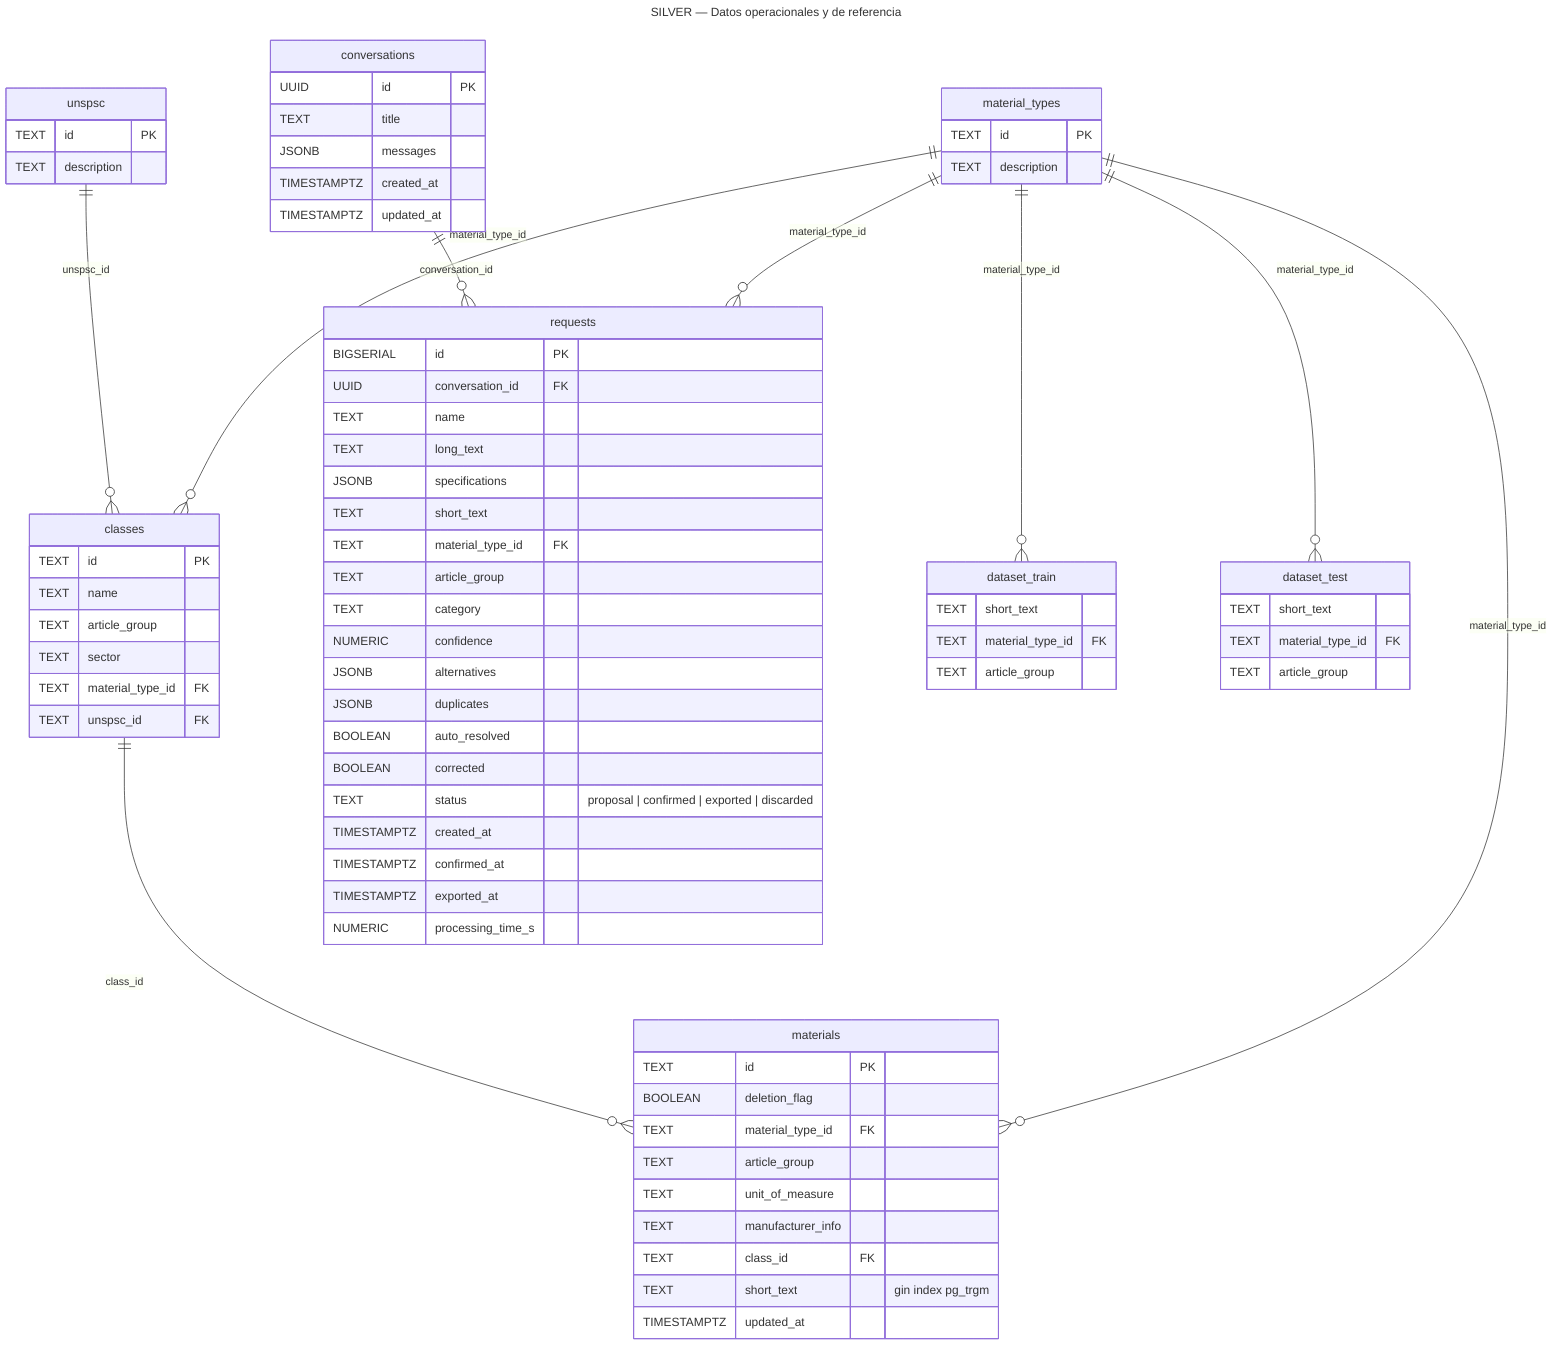
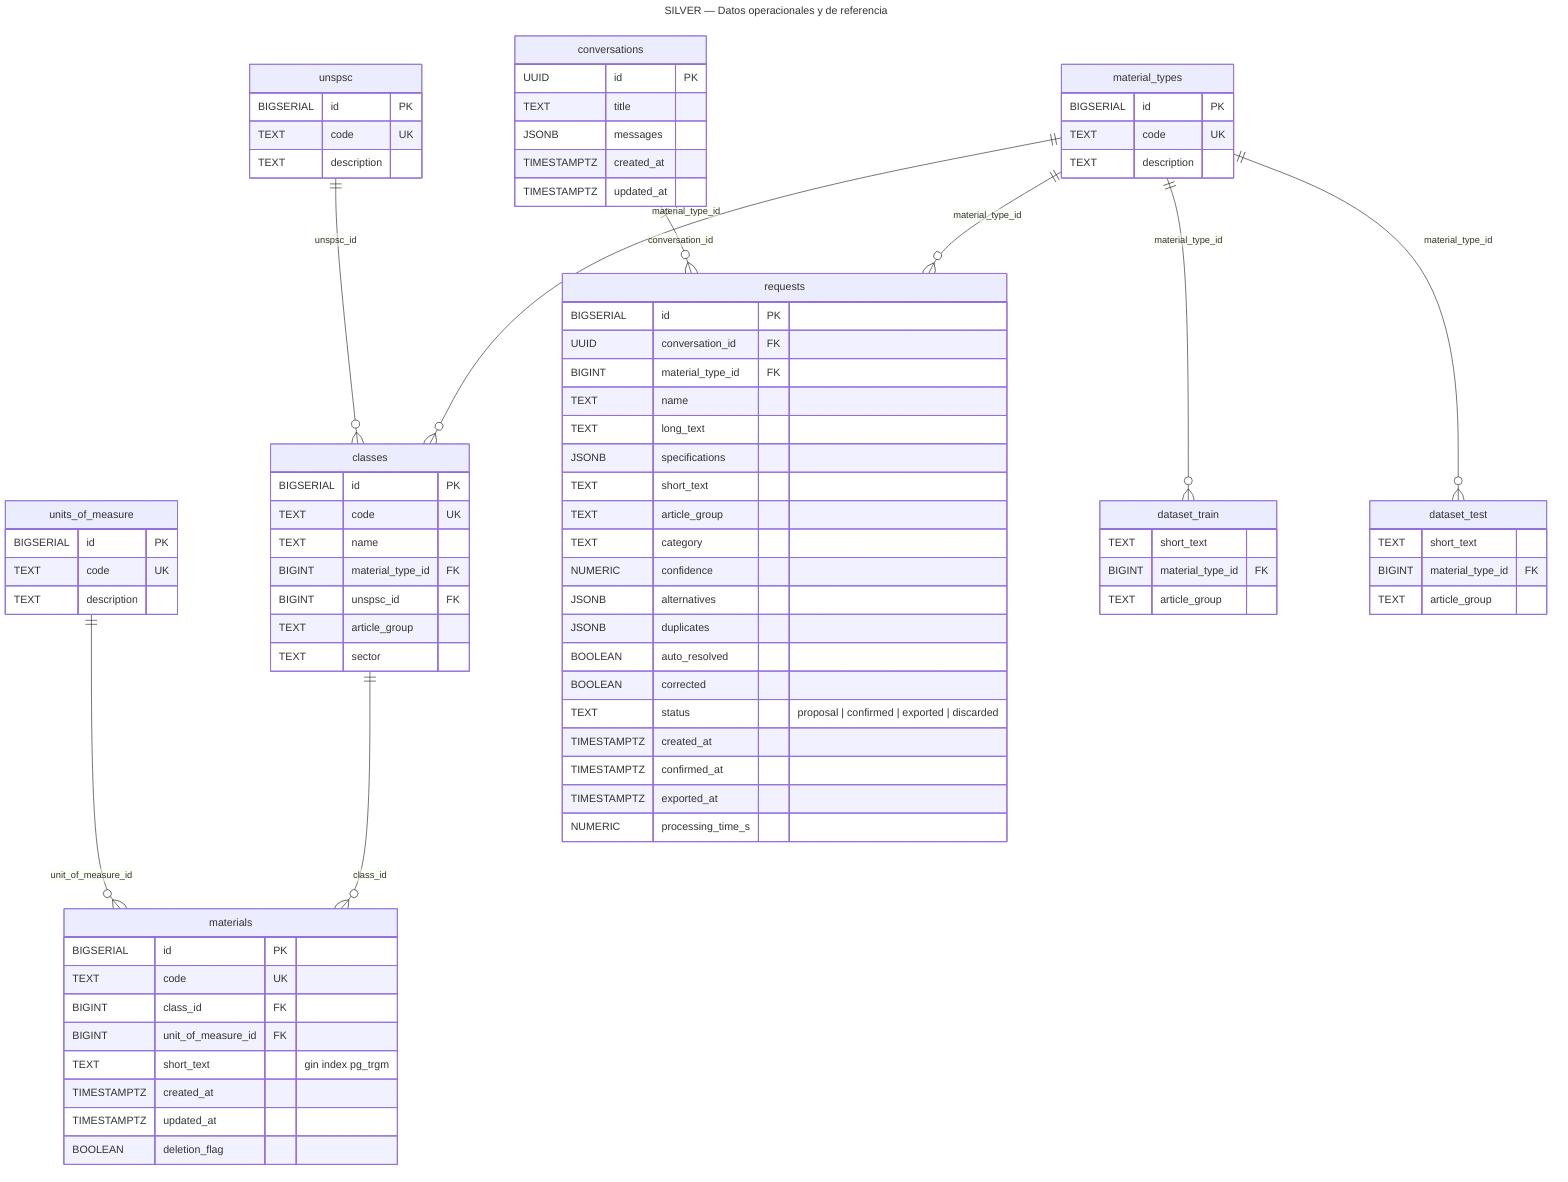
---
title: SILVER — Datos operacionales y de referencia
---
erDiagram

-     materials {
-         TEXT id PK
-         BOOLEAN deletion_flag
-         TEXT material_type_id FK
-         TEXT article_group
-         TEXT unit_of_measure
-         TEXT manufacturer_info
-         TEXT class_id FK
-         TEXT short_text "gin index pg_trgm"
-         TIMESTAMPTZ updated_at
+     material_types {
+         BIGSERIAL id PK
+         TEXT code UK
+         TEXT description
+     }
+ 
+     unspsc {
+         BIGSERIAL id PK
+         TEXT code UK
+         TEXT description
    }

    classes {
-         TEXT id PK
+         BIGSERIAL id PK
+         TEXT code UK
        TEXT name
+         BIGINT material_type_id FK
+         BIGINT unspsc_id FK
        TEXT article_group
        TEXT sector
-         TEXT material_type_id FK
-         TEXT unspsc_id FK
    }

-     unspsc {
-         TEXT id PK
+     units_of_measure {
+         BIGSERIAL id PK
+         TEXT code UK
        TEXT description
    }

-     material_types {
-         TEXT id PK
-         TEXT description
+     materials {
+         BIGSERIAL id PK
+         TEXT code UK
+         BIGINT class_id FK
+         BIGINT unit_of_measure_id FK
+         TEXT short_text "gin index pg_trgm"
+         TIMESTAMPTZ created_at
+         TIMESTAMPTZ updated_at
+         BOOLEAN deletion_flag
    }

    conversations {
        UUID id PK
        TEXT title
        JSONB messages
        TIMESTAMPTZ created_at
        TIMESTAMPTZ updated_at
    }

    requests {
        BIGSERIAL id PK
        UUID conversation_id FK
+         BIGINT material_type_id FK
        TEXT name
        TEXT long_text
        JSONB specifications
        TEXT short_text
-         TEXT material_type_id FK
        TEXT article_group
        TEXT category
        NUMERIC confidence
        JSONB alternatives
        JSONB duplicates
        BOOLEAN auto_resolved
        BOOLEAN corrected
        TEXT status "proposal | confirmed | exported | discarded"
        TIMESTAMPTZ created_at
        TIMESTAMPTZ confirmed_at
        TIMESTAMPTZ exported_at
        NUMERIC processing_time_s
    }

    dataset_train {
        TEXT short_text
-         TEXT material_type_id FK
+         BIGINT material_type_id FK
        TEXT article_group
    }

    dataset_test {
        TEXT short_text
-         TEXT material_type_id FK
+         BIGINT material_type_id FK
        TEXT article_group
    }

    %% Relaciones
-     material_types ||--o{ materials : "material_type_id"
    material_types ||--o{ classes : "material_type_id"
    material_types ||--o{ requests : "material_type_id"
    material_types ||--o{ dataset_train : "material_type_id"
    material_types ||--o{ dataset_test : "material_type_id"
+     unspsc ||--o{ classes : "unspsc_id"
    classes ||--o{ materials : "class_id"
-     unspsc ||--o{ classes : "unspsc_id"
+     units_of_measure ||--o{ materials : "unit_of_measure_id"
    conversations ||--o{ requests : "conversation_id"
